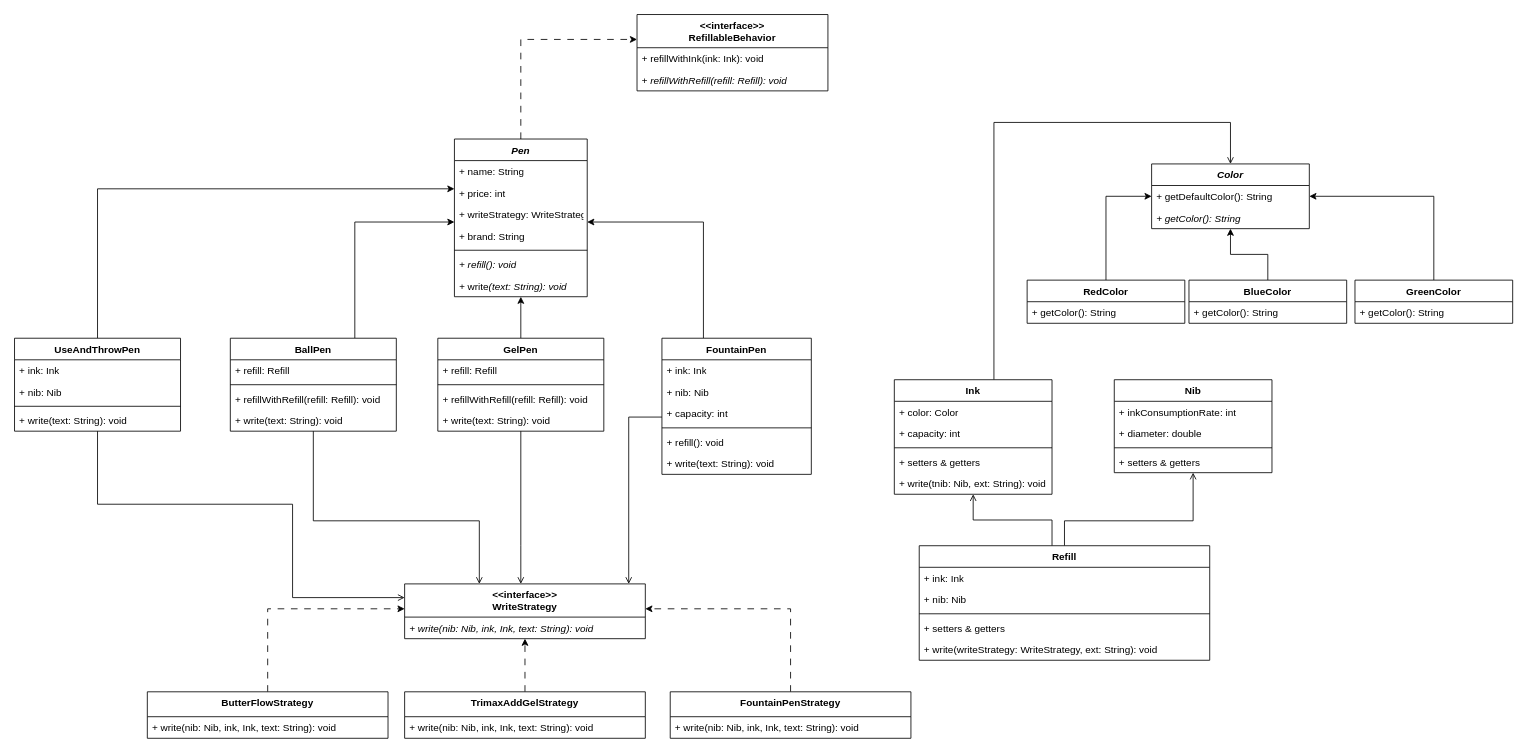
Above: classDiagram.drawio in ARSHAD0141786/Design-A-Pen (draw.io), before the change. Source tidied: cells renumbered, new cells numbered last; positions are measured from the earlier drawing's top-left corner, leaving out a move shared by most shapes. Both pictures are drawn from the tidied source at 83%, with x=0, y=0 at pixel (14, 14).
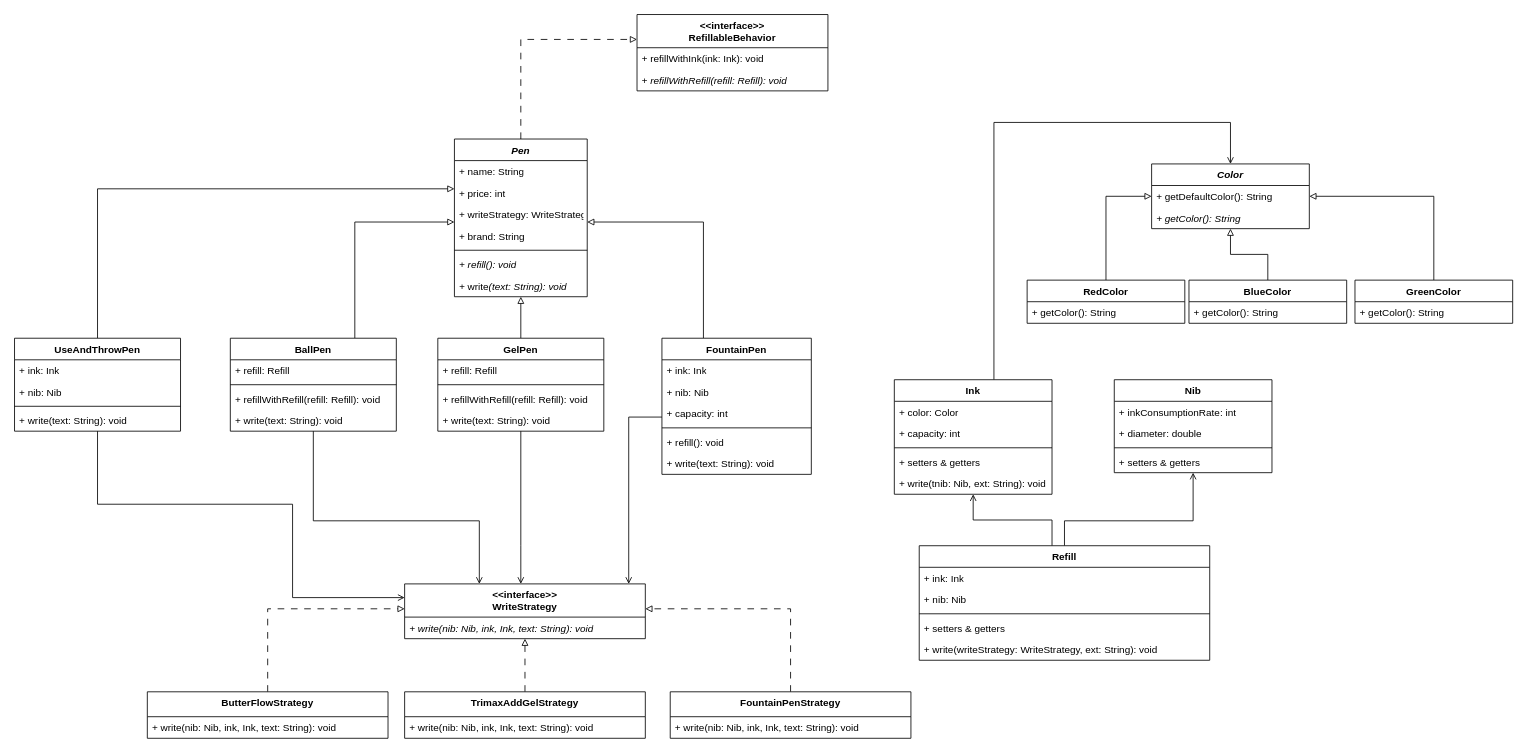
The same diagram, later.

Commit message (it also covers changes not shown here):
update class diagram

Unchanged cells that the change refers to:
```xml
<mxCell id="3" value="&lt;i&gt;Pen&lt;/i&gt;" style="swimlane;fontStyle=1;align=center;verticalAlign=top;horizontal=1;startSize=26;whiteSpace=wrap;html=1;" parent="1" vertex="1">
  <mxGeometry x="530" y="150" width="160" height="190" as="geometry" />
</mxCell>
<mxCell id="13" value="BallPen" style="swimlane;fontStyle=1;align=center;verticalAlign=top;horizontal=1;startSize=26;whiteSpace=wrap;html=1;" parent="1" vertex="1">
  <mxGeometry x="260" y="390" width="200" height="112" as="geometry" />
</mxCell>
<mxCell id="20" value="GelPen" style="swimlane;fontStyle=1;align=center;verticalAlign=top;horizontal=1;startSize=26;whiteSpace=wrap;html=1;" parent="1" vertex="1">
  <mxGeometry x="510" y="390" width="200" height="112" as="geometry" />
</mxCell>
<mxCell id="27" value="FountainPen" style="swimlane;fontStyle=1;align=center;verticalAlign=top;horizontal=1;startSize=26;whiteSpace=wrap;html=1;" parent="1" vertex="1">
  <mxGeometry x="780" y="390" width="180" height="164" as="geometry" />
</mxCell>
<mxCell id="34" value="&amp;lt;&amp;lt;interface&amp;gt;&amp;gt;&lt;br&gt;WriteStrategy" style="swimlane;fontStyle=1;align=center;verticalAlign=top;horizontal=1;startSize=40;whiteSpace=wrap;html=1;" parent="1" vertex="1">
  <mxGeometry x="470" y="686" width="290" height="66" as="geometry" />
</mxCell>
<mxCell id="37" value="ButterFlowStrategy" style="swimlane;fontStyle=1;align=center;verticalAlign=top;horizontal=1;startSize=30;whiteSpace=wrap;html=1;" parent="1" vertex="1">
  <mxGeometry x="160" y="816" width="290" height="56" as="geometry" />
</mxCell>
<mxCell id="40" value="TrimaxAddGelStrategy" style="swimlane;fontStyle=1;align=center;verticalAlign=top;horizontal=1;startSize=30;whiteSpace=wrap;html=1;" parent="1" vertex="1">
  <mxGeometry x="470" y="816" width="290" height="56" as="geometry" />
</mxCell>
<mxCell id="43" value="FountainPenStrategy" style="swimlane;fontStyle=1;align=center;verticalAlign=top;horizontal=1;startSize=30;whiteSpace=wrap;html=1;" parent="1" vertex="1">
  <mxGeometry x="790" y="816" width="290" height="56" as="geometry" />
</mxCell>
<mxCell id="65" value="&amp;lt;&amp;lt;interface&amp;gt;&amp;gt;&lt;br&gt;RefillableBehavior" style="swimlane;fontStyle=1;align=center;verticalAlign=top;horizontal=1;startSize=40;whiteSpace=wrap;html=1;" parent="1" vertex="1">
  <mxGeometry x="750" width="230" height="92" as="geometry" />
</mxCell>
<mxCell id="68" value="&lt;i&gt;Color&lt;/i&gt;" style="swimlane;fontStyle=1;align=center;verticalAlign=top;horizontal=1;startSize=26;whiteSpace=wrap;html=1;" parent="1" vertex="1">
  <mxGeometry x="1370" y="180" width="190" height="78" as="geometry" />
</mxCell>
<mxCell id="69" value="+ getDefaultColor(): String" style="text;strokeColor=none;fillColor=none;align=left;verticalAlign=top;spacingLeft=4;spacingRight=4;overflow=hidden;points=[[0,0.5],[1,0.5]];portConstraint=eastwest;whiteSpace=wrap;html=1;" parent="68" vertex="1">
  <mxGeometry y="26" width="190" height="26" as="geometry" />
</mxCell>
<mxCell id="72" value="RedColor" style="swimlane;fontStyle=1;align=center;verticalAlign=top;horizontal=1;startSize=26;whiteSpace=wrap;html=1;" parent="1" vertex="1">
  <mxGeometry x="1220" y="320" width="190" height="52" as="geometry" />
</mxCell>
<mxCell id="75" value="BlueColor" style="swimlane;fontStyle=1;align=center;verticalAlign=top;horizontal=1;startSize=26;whiteSpace=wrap;html=1;" parent="1" vertex="1">
  <mxGeometry x="1415" y="320" width="190" height="52" as="geometry" />
</mxCell>
<mxCell id="78" value="GreenColor" style="swimlane;fontStyle=1;align=center;verticalAlign=top;horizontal=1;startSize=26;whiteSpace=wrap;html=1;" parent="1" vertex="1">
  <mxGeometry x="1615" y="320" width="190" height="52" as="geometry" />
</mxCell>
<mxCell id="82" value="UseAndThrowPen" style="swimlane;fontStyle=1;align=center;verticalAlign=top;horizontal=1;startSize=26;whiteSpace=wrap;html=1;" parent="1" vertex="1">
  <mxGeometry y="390" width="200" height="112" as="geometry" />
</mxCell>
```

Diff of the diagram source:
```diff
@@
-    <mxCell id="2" style="edgeStyle=orthogonalEdgeStyle;rounded=0;jettySize=auto;html=1;dashed=1;dashPattern=8 8;" parent="1" edge="1" source="3" target="65">
+    <mxCell id="2" style="edgeStyle=orthogonalEdgeStyle;rounded=0;jettySize=auto;html=1;dashed=1;dashPattern=8 8;endArrow=block;endFill=0;" parent="1" edge="1" source="3" target="65">
       <mxGeometry relative="1" as="geometry">
         <Array as="points">
           <mxPoint x="610" y="30" />
         </Array>
       </mxGeometry>
     </mxCell>
@@
-    <mxCell id="11" style="edgeStyle=orthogonalEdgeStyle;rounded=0;jettySize=auto;html=1;" parent="1" edge="1" source="13" target="3">
+    <mxCell id="11" style="edgeStyle=orthogonalEdgeStyle;rounded=0;jettySize=auto;html=1;endArrow=block;endFill=0;" parent="1" edge="1" source="13" target="3">
       <mxGeometry relative="1" as="geometry">
         <Array as="points">
           <mxPoint x="410" y="250" />
         </Array>
       </mxGeometry>
     </mxCell>
@@
-    <mxCell id="18" style="edgeStyle=orthogonalEdgeStyle;rounded=0;jettySize=auto;html=1;" parent="1" edge="1" source="20" target="3">
+    <mxCell id="18" style="edgeStyle=orthogonalEdgeStyle;rounded=0;jettySize=auto;html=1;endArrow=block;endFill=0;" parent="1" edge="1" source="20" target="3">
       <mxGeometry relative="1" as="geometry" />
     </mxCell>
@@
-    <mxCell id="25" style="edgeStyle=orthogonalEdgeStyle;rounded=0;jettySize=auto;html=1;" parent="1" edge="1" source="27" target="3">
+    <mxCell id="25" style="edgeStyle=orthogonalEdgeStyle;rounded=0;jettySize=auto;html=1;endArrow=block;endFill=0;" parent="1" edge="1" source="27" target="3">
       <mxGeometry relative="1" as="geometry">
         <Array as="points">
           <mxPoint x="830" y="250" />
         </Array>
       </mxGeometry>
     </mxCell>
@@
-    <mxCell id="36" style="edgeStyle=orthogonalEdgeStyle;rounded=0;jettySize=auto;html=1;dashed=1;dashPattern=8 8;" parent="1" edge="1" source="37" target="34">
+    <mxCell id="36" style="edgeStyle=orthogonalEdgeStyle;rounded=0;jettySize=auto;html=1;dashed=1;dashPattern=8 8;endArrow=block;endFill=0;" parent="1" edge="1" source="37" target="34">
       <mxGeometry relative="1" as="geometry">
         <Array as="points">
           <mxPoint x="305" y="716" />
         </Array>
       </mxGeometry>
     </mxCell>
@@
-    <mxCell id="39" style="edgeStyle=orthogonalEdgeStyle;rounded=0;jettySize=auto;html=1;dashed=1;dashPattern=8 8;" parent="1" edge="1" source="40" target="34">
+    <mxCell id="39" style="edgeStyle=orthogonalEdgeStyle;rounded=0;jettySize=auto;html=1;dashed=1;dashPattern=8 8;endArrow=block;endFill=0;" parent="1" edge="1" source="40" target="34">
       <mxGeometry relative="1" as="geometry" />
     </mxCell>
@@
-    <mxCell id="42" style="edgeStyle=orthogonalEdgeStyle;rounded=0;jettySize=auto;html=1;dashed=1;dashPattern=8 8;" parent="1" edge="1" source="43" target="34">
+    <mxCell id="42" style="edgeStyle=orthogonalEdgeStyle;rounded=0;jettySize=auto;html=1;dashed=1;dashPattern=8 8;endArrow=block;endFill=0;" parent="1" edge="1" source="43" target="34">
       <mxGeometry relative="1" as="geometry">
         <Array as="points">
           <mxPoint x="935" y="716" />
         </Array>
       </mxGeometry>
     </mxCell>
@@
-    <mxCell id="71" style="edgeStyle=orthogonalEdgeStyle;rounded=0;jettySize=auto;html=1;entryX=0;entryY=0.5;entryDx=0;entryDy=0;" parent="1" edge="1" source="72" target="69">
+    <mxCell id="71" style="edgeStyle=orthogonalEdgeStyle;rounded=0;jettySize=auto;html=1;entryX=0;entryY=0.5;entryDx=0;entryDy=0;endArrow=block;endFill=0;" parent="1" edge="1" source="72" target="69">
       <mxGeometry relative="1" as="geometry" />
     </mxCell>
@@
-    <mxCell id="74" style="edgeStyle=orthogonalEdgeStyle;rounded=0;jettySize=auto;html=1;" parent="1" edge="1" source="75" target="68">
+    <mxCell id="74" style="edgeStyle=orthogonalEdgeStyle;rounded=0;jettySize=auto;html=1;endArrow=block;endFill=0;" parent="1" edge="1" source="75" target="68">
       <mxGeometry relative="1" as="geometry" />
     </mxCell>
@@
-    <mxCell id="77" style="edgeStyle=orthogonalEdgeStyle;rounded=0;jettySize=auto;html=1;" parent="1" edge="1" source="78" target="68">
+    <mxCell id="77" style="edgeStyle=orthogonalEdgeStyle;rounded=0;jettySize=auto;html=1;endArrow=block;endFill=0;" parent="1" edge="1" source="78" target="68">
       <mxGeometry relative="1" as="geometry">
         <Array as="points">
           <mxPoint x="1710" y="219" />
         </Array>
       </mxGeometry>
     </mxCell>
@@
-    <mxCell id="80" style="edgeStyle=orthogonalEdgeStyle;rounded=0;jettySize=auto;html=1;" parent="1" edge="1" source="82" target="3">
+    <mxCell id="80" style="edgeStyle=orthogonalEdgeStyle;rounded=0;jettySize=auto;html=1;endArrow=block;endFill=0;" parent="1" edge="1" source="82" target="3">
       <mxGeometry relative="1" as="geometry">
         <Array as="points">
           <mxPoint x="100" y="210" />
         </Array>
       </mxGeometry>
     </mxCell>
```
